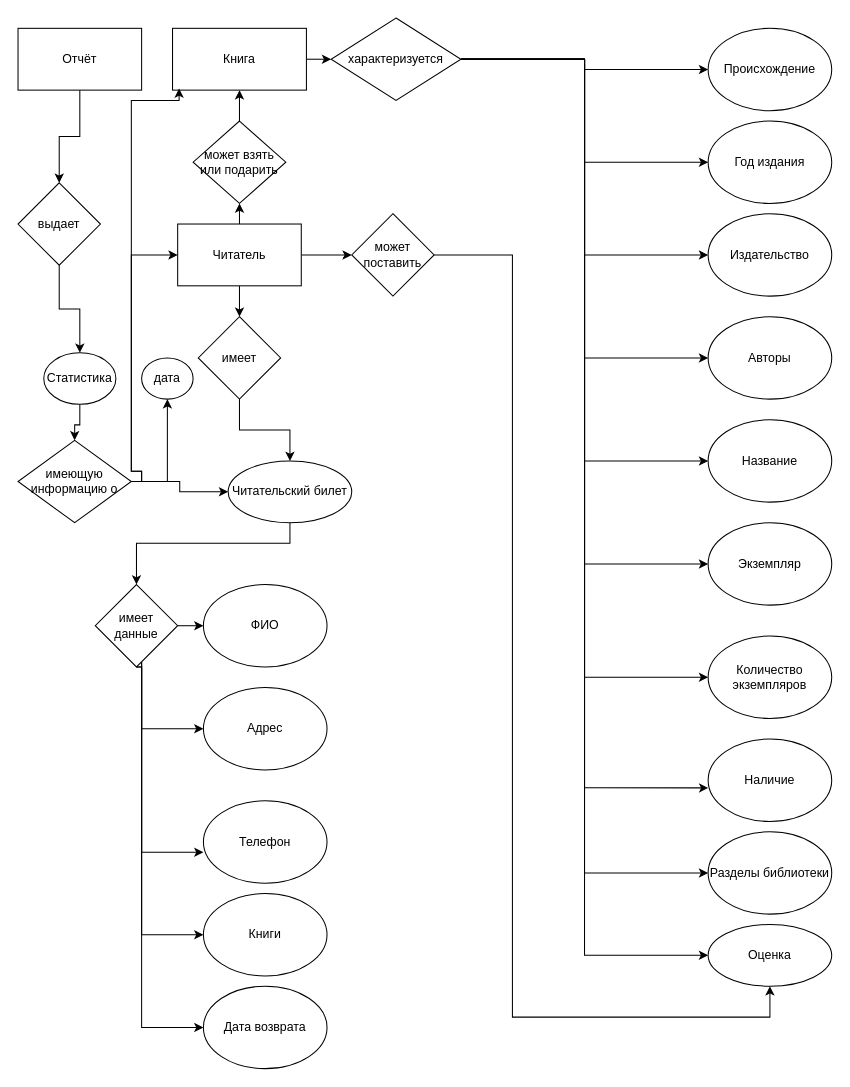
Above: lab2.drawio in Volsom/a.v.moslov (draw.io), before the change. Source tidied: cells renumbered, new cells numbered last; positions are measured from the earlier drawing's top-left corner, leaving out a move shared by most shapes. Both pictures are drawn from the tidied source at 103%, with x=0, y=0 at pixel (18, 18).
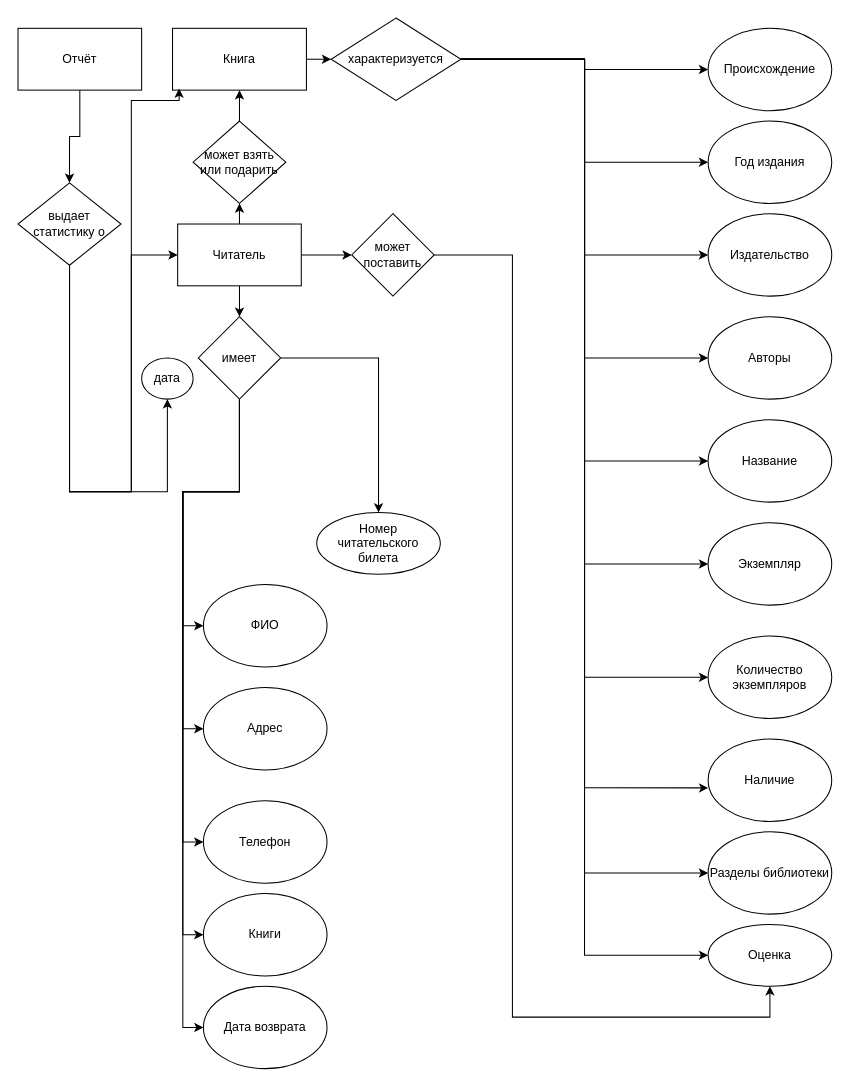
After the change.

Unchanged cells that the change refers to:
```xml
<mxCell id="5" value="Книга" style="rounded=0;whiteSpace=wrap;html=1;" parent="1" vertex="1">
  <mxGeometry x="150" y="10" width="130" height="60" as="geometry" />
</mxCell>
<mxCell id="9" value="Читатель" style="rounded=0;whiteSpace=wrap;html=1;" parent="1" vertex="1">
  <mxGeometry x="155" y="200" width="120" height="60" as="geometry" />
</mxCell>
<mxCell id="34" value="имеет" style="rhombus;whiteSpace=wrap;html=1;" parent="1" vertex="1">
  <mxGeometry x="175" y="290" width="80" height="80" as="geometry" />
</mxCell>
<mxCell id="37" value="ФИО" style="ellipse;whiteSpace=wrap;html=1;" parent="1" vertex="1">
  <mxGeometry x="180" y="550" width="120" height="80" as="geometry" />
</mxCell>
<mxCell id="38" value="Адрес" style="ellipse;whiteSpace=wrap;html=1;" parent="1" vertex="1">
  <mxGeometry x="180" y="650" width="120" height="80" as="geometry" />
</mxCell>
<mxCell id="39" value="Телефон" style="ellipse;whiteSpace=wrap;html=1;" parent="1" vertex="1">
  <mxGeometry x="180" y="760" width="120" height="80" as="geometry" />
</mxCell>
<mxCell id="40" value="Книги" style="ellipse;whiteSpace=wrap;html=1;" parent="1" vertex="1">
  <mxGeometry x="180" y="850" width="120" height="80" as="geometry" />
</mxCell>
<mxCell id="41" value="Дата возврата" style="ellipse;whiteSpace=wrap;html=1;" parent="1" vertex="1">
  <mxGeometry x="180" y="940" width="120" height="80" as="geometry" />
</mxCell>
<mxCell id="52" value="дата" style="ellipse;whiteSpace=wrap;html=1;" parent="1" vertex="1">
  <mxGeometry x="120" y="330" width="50" height="40" as="geometry" />
</mxCell>
```

Diff of the diagram source:
```diff
@@
+    <mxCell id="62" style="edgeStyle=orthogonalEdgeStyle;rounded=0;jettySize=auto;html=1;exitX=0.5;exitY=1;exitDx=0;exitDy=0;entryX=0;entryY=0.5;entryDx=0;entryDy=0;" parent="1" edge="1" source="34" target="37">
+      <mxGeometry relative="1" as="geometry" />
+    </mxCell>
+    <mxCell id="63" style="edgeStyle=orthogonalEdgeStyle;rounded=0;jettySize=auto;html=1;exitX=0.5;exitY=1;exitDx=0;exitDy=0;entryX=0;entryY=0.5;entryDx=0;entryDy=0;" parent="1" edge="1" source="34" target="38">
+      <mxGeometry relative="1" as="geometry">
+        <Array as="points">
+          <mxPoint x="215" y="460" />
+          <mxPoint x="160" y="460" />
+          <mxPoint x="160" y="690" />
+        </Array>
+      </mxGeometry>
+    </mxCell>
+    <mxCell id="64" style="edgeStyle=orthogonalEdgeStyle;rounded=0;jettySize=auto;html=1;exitX=0.5;exitY=1;exitDx=0;exitDy=0;entryX=0;entryY=0.5;entryDx=0;entryDy=0;" parent="1" edge="1" source="34" target="39">
+      <mxGeometry relative="1" as="geometry">
+        <Array as="points">
+          <mxPoint x="215" y="460" />
+          <mxPoint x="160" y="460" />
+          <mxPoint x="160" y="800" />
+        </Array>
+      </mxGeometry>
+    </mxCell>
+    <mxCell id="65" style="edgeStyle=orthogonalEdgeStyle;rounded=0;jettySize=auto;html=1;exitX=0.5;exitY=1;exitDx=0;exitDy=0;entryX=0;entryY=0.5;entryDx=0;entryDy=0;" parent="1" edge="1" source="34" target="40">
+      <mxGeometry relative="1" as="geometry">
+        <Array as="points">
+          <mxPoint x="215" y="460" />
+          <mxPoint x="160" y="460" />
+          <mxPoint x="160" y="890" />
+        </Array>
+      </mxGeometry>
+    </mxCell>
+    <mxCell id="66" style="edgeStyle=orthogonalEdgeStyle;rounded=0;jettySize=auto;html=1;exitX=0.5;exitY=1;exitDx=0;exitDy=0;entryX=0;entryY=0.5;entryDx=0;entryDy=0;" parent="1" edge="1" source="34" target="41">
+      <mxGeometry relative="1" as="geometry">
+        <Array as="points">
+          <mxPoint x="215" y="460" />
+          <mxPoint x="160" y="460" />
+          <mxPoint x="160" y="980" />
+        </Array>
+      </mxGeometry>
+    </mxCell>
@@
-    <mxCell id="35" style="edgeStyle=orthogonalEdgeStyle;rounded=0;jettySize=auto;html=1;entryX=0.5;entryY=0;entryDx=0;entryDy=0;" parent="1" edge="1" source="36" target="45">
-      <mxGeometry relative="1" as="geometry">
-        <Array as="points">
-          <mxPoint x="264" y="510" />
-          <mxPoint x="115" y="510" />
-        </Array>
-      </mxGeometry>
-    </mxCell>
-    <mxCell id="36" value="Читательский билет" style="ellipse;rounded=0;whiteSpace=wrap;html=1;" parent="1" vertex="1">
-      <mxGeometry x="204" y="430" width="120" height="60" as="geometry" />
+    <mxCell id="36" value="Номер читательского билета" style="ellipse;rounded=0;whiteSpace=wrap;html=1;" parent="1" vertex="1">
+      <mxGeometry x="290" y="480" width="120" height="60" as="geometry" />
     </mxCell>
@@
-    <mxCell id="42" style="edgeStyle=orthogonalEdgeStyle;rounded=0;jettySize=auto;html=1;exitX=1;exitY=0.5;exitDx=0;exitDy=0;entryX=0;entryY=0.5;entryDx=0;entryDy=0;" parent="1" edge="1" source="45" target="37">
-      <mxGeometry relative="1" as="geometry" />
-    </mxCell>
-    <mxCell id="43" style="edgeStyle=orthogonalEdgeStyle;rounded=0;jettySize=auto;html=1;entryX=0;entryY=0.5;entryDx=0;entryDy=0;" parent="1" edge="1" source="45" target="38">
-      <mxGeometry relative="1" as="geometry">
-        <Array as="points">
-          <mxPoint x="120" y="690" />
-          <mxPoint x="180" y="690" />
-        </Array>
-      </mxGeometry>
-    </mxCell>
-    <mxCell id="44" style="edgeStyle=orthogonalEdgeStyle;rounded=0;jettySize=auto;html=1;entryX=0;entryY=0.625;entryDx=0;entryDy=0;entryPerimeter=0;" parent="1" edge="1" source="45" target="39">
-      <mxGeometry relative="1" as="geometry">
-        <Array as="points">
-          <mxPoint x="120" y="810" />
-        </Array>
-      </mxGeometry>
-    </mxCell>
-    <mxCell id="45" value="имеет данные" style="rhombus;whiteSpace=wrap;html=1;" parent="1" vertex="1">
-      <mxGeometry x="75" y="550" width="80" height="80" as="geometry" />
-    </mxCell>
-    <mxCell id="46" style="edgeStyle=orthogonalEdgeStyle;rounded=0;jettySize=auto;html=1;exitX=0.5;exitY=1;exitDx=0;exitDy=0;entryX=0;entryY=0.5;entryDx=0;entryDy=0;" parent="1" edge="1" source="45" target="40">
-      <mxGeometry relative="1" as="geometry">
-        <Array as="points">
-          <mxPoint x="120" y="630" />
-          <mxPoint x="120" y="890" />
-        </Array>
-      </mxGeometry>
-    </mxCell>
-    <mxCell id="47" style="edgeStyle=orthogonalEdgeStyle;rounded=0;jettySize=auto;html=1;exitX=0.5;exitY=1;exitDx=0;exitDy=0;entryX=0;entryY=0.5;entryDx=0;entryDy=0;" parent="1" edge="1" source="45" target="41">
-      <mxGeometry relative="1" as="geometry">
-        <Array as="points">
-          <mxPoint x="120" y="630" />
-          <mxPoint x="120" y="980" />
-        </Array>
-      </mxGeometry>
-    </mxCell>
@@
-    <mxCell id="50" style="edgeStyle=orthogonalEdgeStyle;rounded=0;jettySize=auto;html=1;entryX=0.5;entryY=0;entryDx=0;entryDy=0;" parent="1" edge="1" source="51" target="54">
-      <mxGeometry relative="1" as="geometry" />
-    </mxCell>
-    <mxCell id="51" value="выдает" style="rhombus;whiteSpace=wrap;html=1;" parent="1" vertex="1">
-      <mxGeometry y="160" width="80" height="80" as="geometry" />
+    <mxCell id="51" value="выдает статистику о" style="rhombus;whiteSpace=wrap;html=1;" parent="1" vertex="1">
+      <mxGeometry y="160" width="100" height="80" as="geometry" />
     </mxCell>
@@
-    <mxCell id="53" style="edgeStyle=orthogonalEdgeStyle;rounded=0;jettySize=auto;html=1;exitX=0.5;exitY=1;exitDx=0;exitDy=0;" parent="1" edge="1" source="54" target="61">
-      <mxGeometry relative="1" as="geometry" />
-    </mxCell>
-    <mxCell id="54" value="Статистика" style="ellipse;whiteSpace=wrap;html=1;" parent="1" vertex="1">
-      <mxGeometry x="25" y="325" width="70" height="50" as="geometry" />
-    </mxCell>
@@
-    <mxCell id="57" style="edgeStyle=orthogonalEdgeStyle;rounded=0;jettySize=auto;html=1;exitX=1;exitY=0.5;exitDx=0;exitDy=0;entryX=0.5;entryY=1;entryDx=0;entryDy=0;" parent="1" edge="1" source="61" target="52">
-      <mxGeometry relative="1" as="geometry" />
+    <mxCell id="57" style="edgeStyle=orthogonalEdgeStyle;rounded=0;jettySize=auto;html=1;exitX=0.5;exitY=1;exitDx=0;exitDy=0;entryX=0.5;entryY=1;entryDx=0;entryDy=0;" parent="1" edge="1" source="51" target="52">
+      <mxGeometry relative="1" as="geometry">
+        <Array as="points">
+          <mxPoint x="50" y="460" />
+          <mxPoint x="145" y="460" />
+        </Array>
+      </mxGeometry>
     </mxCell>
-    <mxCell id="58" style="edgeStyle=orthogonalEdgeStyle;rounded=0;jettySize=auto;html=1;exitX=1;exitY=0.5;exitDx=0;exitDy=0;entryX=0;entryY=0.5;entryDx=0;entryDy=0;" parent="1" edge="1" source="61" target="36">
-      <mxGeometry relative="1" as="geometry" />
-    </mxCell>
-    <mxCell id="59" style="edgeStyle=orthogonalEdgeStyle;rounded=0;jettySize=auto;html=1;exitX=1;exitY=0.5;exitDx=0;exitDy=0;entryX=0.049;entryY=0.974;entryDx=0;entryDy=0;entryPerimeter=0;" parent="1" edge="1" source="61" target="5">
+    <mxCell id="59" style="edgeStyle=orthogonalEdgeStyle;rounded=0;jettySize=auto;html=1;entryX=0.049;entryY=0.974;entryDx=0;entryDy=0;entryPerimeter=0;exitX=0.5;exitY=1;exitDx=0;exitDy=0;" parent="1" edge="1" source="51" target="5">
       <mxGeometry relative="1" as="geometry">
         <Array as="points">
-          <mxPoint x="120" y="440" />
-          <mxPoint x="110" y="440" />
+          <mxPoint x="50" y="460" />
+          <mxPoint x="110" y="460" />
           <mxPoint x="110" y="80" />
           <mxPoint x="156" y="80" />
         </Array>
       </mxGeometry>
     </mxCell>
-    <mxCell id="60" style="edgeStyle=orthogonalEdgeStyle;rounded=0;jettySize=auto;html=1;exitX=1;exitY=0.5;exitDx=0;exitDy=0;entryX=0;entryY=0.5;entryDx=0;entryDy=0;" parent="1" edge="1" source="61" target="9">
+    <mxCell id="60" style="edgeStyle=orthogonalEdgeStyle;rounded=0;jettySize=auto;html=1;entryX=0;entryY=0.5;entryDx=0;entryDy=0;" parent="1" edge="1" target="9">
       <mxGeometry relative="1" as="geometry">
+        <mxPoint x="50" y="240" as="sourcePoint" />
         <Array as="points">
-          <mxPoint x="120" y="440" />
-          <mxPoint x="110" y="440" />
+          <mxPoint x="50" y="460" />
+          <mxPoint x="110" y="460" />
           <mxPoint x="110" y="230" />
         </Array>
       </mxGeometry>
     </mxCell>
-    <mxCell id="61" value="имеющую информацию о" style="rhombus;whiteSpace=wrap;html=1;" parent="1" vertex="1">
-      <mxGeometry y="410" width="110" height="80" as="geometry" />
-    </mxCell>
```
